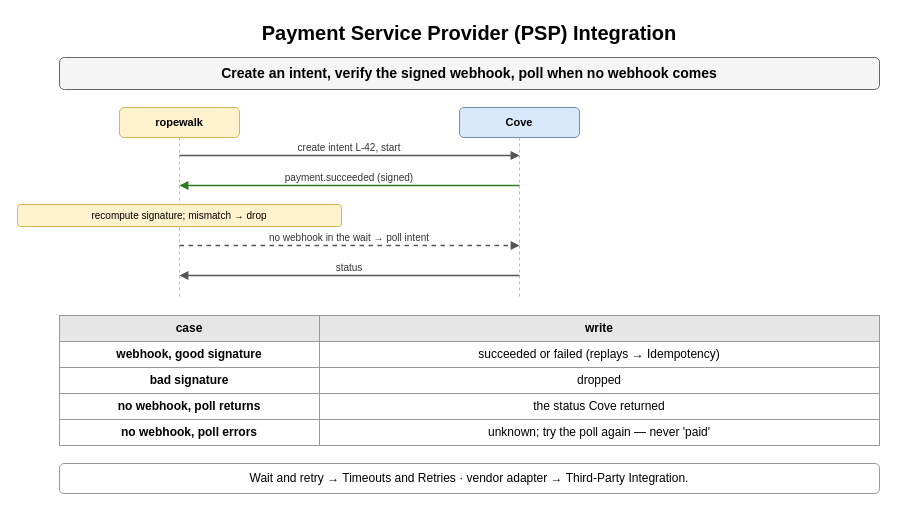
amendez13/swe-study-guide keeps this draw.io diagram as page "Payment Service Provider (PSP) Integration" (2 of 7) of content/09_System_Design_Interview/23_Payment_and_Financial_Systems/diagrams/payments.drawio. Above is the earlier version. Source tidied: cells renumbered, new cells numbered last; positions are measured from the earlier drawing's top-left corner, leaving out a move shared by most shapes. Both pictures are drawn from the tidied source at 100%, with x=0, y=0 at pixel (17, 17).
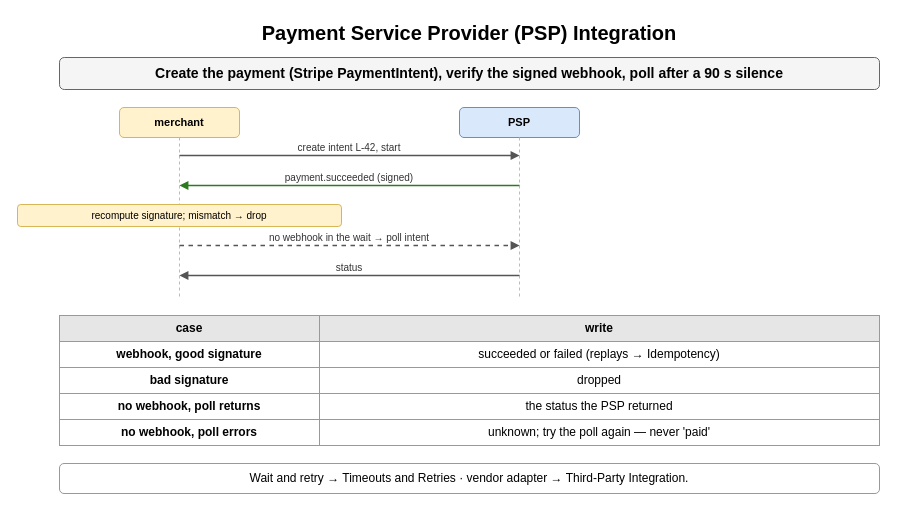
The same diagram, later.

What changed in the source:
```diff
@@
-    <mxCell id="3" value="Create an intent, verify the signed webhook, poll when no webhook comes" style="rounded=1;whiteSpace=wrap;html=1;fillColor=#f5f5f5;strokeColor=#666666;fontStyle=1;fontSize=14;" parent="1" vertex="1">
+    <mxCell id="3" value="Create the payment (Stripe PaymentIntent), verify the signed webhook, poll after a 90 s silence" style="rounded=1;whiteSpace=wrap;html=1;fillColor=#f5f5f5;strokeColor=#666666;fontStyle=1;fontSize=14;" parent="1" vertex="1">
       <mxGeometry x="42" y="40" width="820" height="32" as="geometry" />
     </mxCell>
-    <mxCell id="4" value="ropewalk" style="rounded=1;whiteSpace=wrap;html=1;fillColor=#fff2cc;strokeColor=#d6b656;fontSize=11;align=center;fontStyle=1;" parent="1" vertex="1">
+    <mxCell id="4" value="merchant" style="rounded=1;whiteSpace=wrap;html=1;fillColor=#fff2cc;strokeColor=#d6b656;fontSize=11;align=center;fontStyle=1;" parent="1" vertex="1">
       <mxGeometry x="102" y="90" width="120" height="30" as="geometry" />
     </mxCell>
-    <mxCell id="5" value="Cove" style="rounded=1;whiteSpace=wrap;html=1;fillColor=#dae8fc;strokeColor=#6c8ebf;fontSize=11;align=center;fontStyle=1;" parent="1" vertex="1">
+    <mxCell id="5" value="PSP" style="rounded=1;whiteSpace=wrap;html=1;fillColor=#dae8fc;strokeColor=#6c8ebf;fontSize=11;align=center;fontStyle=1;" parent="1" vertex="1">
       <mxGeometry x="442" y="90" width="120" height="30" as="geometry" />
     </mxCell>
@@
-    <mxCell id="24" value="the status Cove returned" style="whiteSpace=wrap;html=1;strokeColor=#999999;fontSize=12;fillColor=#ffffff;" parent="1" vertex="1">
+    <mxCell id="24" value="the status the PSP returned" style="whiteSpace=wrap;html=1;strokeColor=#999999;fontSize=12;fillColor=#ffffff;" parent="1" vertex="1">
       <mxGeometry x="302" y="376" width="560" height="26" as="geometry" />
     </mxCell>
```
